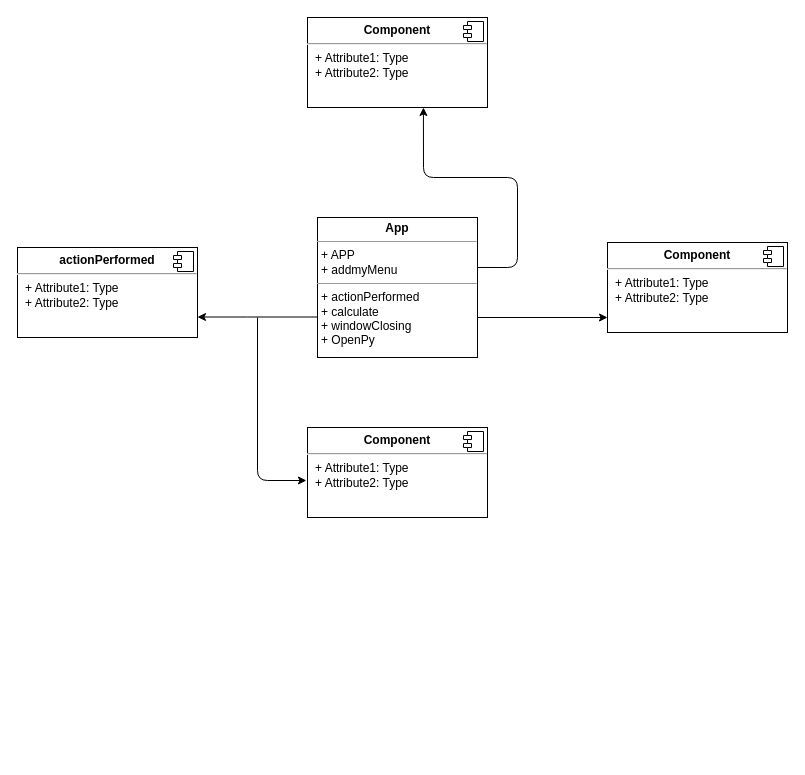
This is Untitled Diagram.drawio from douckze/tmp-drawer, a draw.io file, before an edit. Source tidied: cells renumbered, new cells numbered last; positions are measured from the earlier drawing's top-left corner, leaving out a move shared by most shapes. Both pictures are drawn from the tidied source at 100%, with x=0, y=0 at pixel (17, 17).
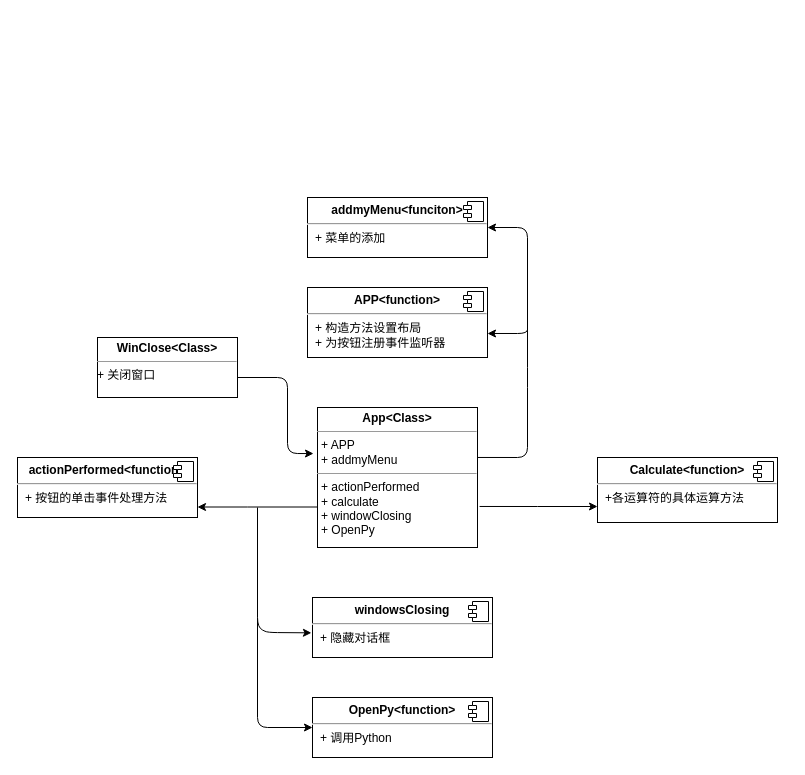
The same diagram, later.

Diff of the diagram source:
```diff
@@
-    <mxCell id="2" value="&lt;p style=&quot;margin:0px;margin-top:6px;text-align:center;&quot;&gt;&lt;b&gt;Component&lt;/b&gt;&lt;/p&gt;&lt;hr/&gt;&lt;p style=&quot;margin:0px;margin-left:8px;&quot;&gt;+ Attribute1: Type&lt;br/&gt;+ Attribute2: Type&lt;/p&gt;" style="align=left;overflow=fill;html=1;" parent="1" vertex="1">
-      <mxGeometry x="290" width="180" height="90" as="geometry" />
+    <mxCell id="2" value="&lt;p style=&quot;margin: 0px ; margin-top: 6px ; text-align: center&quot;&gt;&lt;b&gt;APP&amp;lt;function&amp;gt;&lt;/b&gt;&lt;/p&gt;&lt;hr&gt;&lt;p style=&quot;margin: 0px ; margin-left: 8px&quot;&gt;+ 构造方法设置布局&lt;br&gt;+ 为按钮注册事件监听器&lt;/p&gt;" style="align=left;overflow=fill;html=1;" parent="1" vertex="1">
+      <mxGeometry x="290" y="270" width="180" height="70" as="geometry" />
     </mxCell>
@@
     <mxCell id="4" style="edgeStyle=orthogonalEdgeStyle;rounded=0;orthogonalLoop=1;jettySize=auto;html=1;entryX=1;entryY=0.75;entryDx=0;entryDy=0;" parent="1" edge="1">
       <mxGeometry relative="1" as="geometry">
-        <mxPoint x="300" y="299.5" as="sourcePoint" />
-        <mxPoint x="180" y="299.5" as="targetPoint" />
+        <mxPoint x="300" y="489.5" as="sourcePoint" />
+        <mxPoint x="180" y="489.5" as="targetPoint" />
         <Array as="points">
-          <mxPoint x="230" y="300" />
+          <mxPoint x="230" y="490" />
         </Array>
       </mxGeometry>
     </mxCell>
-    <mxCell id="5" style="edgeStyle=orthogonalEdgeStyle;rounded=0;orthogonalLoop=1;jettySize=auto;html=1;exitX=1;exitY=0.75;exitDx=0;exitDy=0;" parent="1" edge="1">
+    <mxCell id="5" style="edgeStyle=orthogonalEdgeStyle;rounded=0;jettySize=auto;html=1;exitX=1.013;exitY=0.707;exitDx=0;exitDy=0;exitPerimeter=0;" parent="1" edge="1" source="6">
       <mxGeometry relative="1" as="geometry">
-        <mxPoint x="460" y="301" as="sourcePoint" />
-        <mxPoint x="590" y="300" as="targetPoint" />
-        <Array as="points">
-          <mxPoint x="460" y="300" />
-        </Array>
+        <mxPoint x="580" y="489" as="targetPoint" />
       </mxGeometry>
     </mxCell>
-    <mxCell id="6" value="&lt;p style=&quot;margin: 0px ; margin-top: 4px ; text-align: center&quot;&gt;&lt;b&gt;App&lt;/b&gt;&lt;/p&gt;&lt;hr size=&quot;1&quot;&gt;&lt;p style=&quot;margin: 0px ; margin-left: 4px&quot;&gt;+ APP&lt;/p&gt;&lt;p style=&quot;margin: 0px ; margin-left: 4px&quot;&gt;+ addmyMenu&lt;/p&gt;&lt;hr size=&quot;1&quot;&gt;&lt;p style=&quot;margin: 0px ; margin-left: 4px&quot;&gt;+ actionPerformed&lt;/p&gt;&lt;p style=&quot;margin: 0px ; margin-left: 4px&quot;&gt;+ calculate&lt;/p&gt;&lt;p style=&quot;margin: 0px ; margin-left: 4px&quot;&gt;+ windowClosing&lt;/p&gt;&lt;p style=&quot;margin: 0px ; margin-left: 4px&quot;&gt;+ OpenPy&lt;br&gt;&lt;/p&gt;" style="verticalAlign=top;align=left;overflow=fill;fontSize=12;fontFamily=Helvetica;html=1;" parent="1" vertex="1">
-      <mxGeometry x="300" y="200" width="160" height="140" as="geometry" />
+    <mxCell id="6" value="&lt;p style=&quot;margin: 0px ; margin-top: 4px ; text-align: center&quot;&gt;&lt;b&gt;App&amp;lt;Class&amp;gt;&lt;/b&gt;&lt;/p&gt;&lt;hr size=&quot;1&quot;&gt;&lt;p style=&quot;margin: 0px ; margin-left: 4px&quot;&gt;+ APP&lt;/p&gt;&lt;p style=&quot;margin: 0px ; margin-left: 4px&quot;&gt;+ addmyMenu&lt;/p&gt;&lt;hr size=&quot;1&quot;&gt;&lt;p style=&quot;margin: 0px ; margin-left: 4px&quot;&gt;+ actionPerformed&lt;/p&gt;&lt;p style=&quot;margin: 0px ; margin-left: 4px&quot;&gt;+ calculate&lt;/p&gt;&lt;p style=&quot;margin: 0px ; margin-left: 4px&quot;&gt;+ windowClosing&lt;/p&gt;&lt;p style=&quot;margin: 0px ; margin-left: 4px&quot;&gt;+ OpenPy&lt;br&gt;&lt;/p&gt;" style="verticalAlign=top;align=left;overflow=fill;fontSize=12;fontFamily=Helvetica;html=1;" parent="1" vertex="1">
+      <mxGeometry x="300" y="390" width="160" height="140" as="geometry" />
     </mxCell>
-    <mxCell id="7" value="&lt;p style=&quot;margin:0px;margin-top:6px;text-align:center;&quot;&gt;&lt;b&gt;Component&lt;/b&gt;&lt;/p&gt;&lt;hr/&gt;&lt;p style=&quot;margin:0px;margin-left:8px;&quot;&gt;+ Attribute1: Type&lt;br/&gt;+ Attribute2: Type&lt;/p&gt;" style="align=left;overflow=fill;html=1;" parent="1" vertex="1">
-      <mxGeometry x="590" y="225" width="180" height="90" as="geometry" />
+    <mxCell id="7" value="&lt;p style=&quot;margin: 0px ; margin-top: 6px ; text-align: center&quot;&gt;&lt;b&gt;Calculate&amp;lt;function&amp;gt;&lt;/b&gt;&lt;/p&gt;&lt;hr&gt;&lt;p style=&quot;margin: 0px ; margin-left: 8px&quot;&gt;+各运算符的具体运算方法&lt;/p&gt;" style="align=left;overflow=fill;html=1;" parent="1" vertex="1">
+      <mxGeometry x="580" y="440" width="180" height="65" as="geometry" />
     </mxCell>
@@
-    <mxCell id="9" value="&lt;p style=&quot;margin: 0px ; margin-top: 6px ; text-align: center&quot;&gt;&lt;b&gt;actionPerformed&lt;/b&gt;&lt;/p&gt;&lt;hr&gt;&lt;p style=&quot;margin: 0px ; margin-left: 8px&quot;&gt;+ Attribute1: Type&lt;br&gt;+ Attribute2: Type&lt;/p&gt;" style="align=left;overflow=fill;html=1;" parent="1" vertex="1">
-      <mxGeometry y="230" width="180" height="90" as="geometry" />
+    <mxCell id="9" value="&lt;p style=&quot;margin: 0px ; margin-top: 6px ; text-align: center&quot;&gt;&lt;b&gt;actionPerformed&amp;lt;function&amp;gt;&lt;/b&gt;&lt;/p&gt;&lt;hr&gt;&lt;p style=&quot;margin: 0px ; margin-left: 8px&quot;&gt;+ 按钮的单击事件处理方法&lt;/p&gt;" style="align=left;overflow=fill;html=1;" parent="1" vertex="1">
+      <mxGeometry y="440" width="180" height="60" as="geometry" />
     </mxCell>
@@
-    <mxCell id="11" value="&lt;p style=&quot;margin:0px;margin-top:6px;text-align:center;&quot;&gt;&lt;b&gt;Component&lt;/b&gt;&lt;/p&gt;&lt;hr/&gt;&lt;p style=&quot;margin:0px;margin-left:8px;&quot;&gt;+ Attribute1: Type&lt;br/&gt;+ Attribute2: Type&lt;/p&gt;" style="align=left;overflow=fill;html=1;" parent="1" vertex="1">
-      <mxGeometry x="290" y="410" width="180" height="90" as="geometry" />
+    <mxCell id="11" value="&lt;p style=&quot;margin: 0px ; margin-top: 6px ; text-align: center&quot;&gt;&lt;b&gt;windowsClosing&lt;/b&gt;&lt;/p&gt;&lt;hr&gt;&lt;p style=&quot;margin: 0px ; margin-left: 8px&quot;&gt;+ 隐藏对话框&lt;/p&gt;" style="align=left;overflow=fill;html=1;" parent="1" vertex="1">
+      <mxGeometry x="295" y="580" width="180" height="60" as="geometry" />
     </mxCell>
@@
     <mxCell id="13" style="endArrow=classic;html=1;entryX=-0.006;entryY=0.589;entryDx=0;entryDy=0;entryPerimeter=0;" parent="1" edge="1" target="11">
       <mxGeometry relative="1" as="geometry">
-        <mxPoint x="240" y="300" as="sourcePoint" />
+        <mxPoint x="240" y="490" as="sourcePoint" />
         <Array as="points">
-          <mxPoint x="240" y="463" />
+          <mxPoint x="240" y="610" />
+          <mxPoint x="250" y="615" />
         </Array>
       </mxGeometry>
     </mxCell>
-    <mxCell id="14" style="endArrow=classic;html=1;entryX=0.644;entryY=1;entryDx=0;entryDy=0;entryPerimeter=0;exitX=1;exitY=0.357;exitDx=0;exitDy=0;exitPerimeter=0;" parent="1" edge="1" source="6" target="2">
+    <mxCell id="14" style="endArrow=classic;html=1;exitX=1;exitY=0.357;exitDx=0;exitDy=0;exitPerimeter=0;entryX=1;entryY=0.657;entryDx=0;entryDy=0;entryPerimeter=0;" parent="1" edge="1" source="6" target="2">
       <mxGeometry relative="1" as="geometry">
         <Array as="points">
-          <mxPoint x="500" y="250" />
-          <mxPoint x="500" y="160" />
-          <mxPoint x="406" y="160" />
+          <mxPoint x="510" y="440" />
+          <mxPoint x="510" y="360" />
+          <mxPoint x="510" y="300" />
+          <mxPoint x="510" y="316" />
         </Array>
       </mxGeometry>
     </mxCell>
+    <mxCell id="15" style="endArrow=classic;html=1;entryX=0;entryY=0.5;entryDx=0;entryDy=0;" parent="1" edge="1" target="16">
+      <mxGeometry relative="1" as="geometry">
+        <mxPoint x="240" y="600" as="sourcePoint" />
+        <Array as="points">
+          <mxPoint x="240" y="710" />
+        </Array>
+      </mxGeometry>
+    </mxCell>
+    <mxCell id="16" value="&lt;p style=&quot;margin: 0px ; margin-top: 6px ; text-align: center&quot;&gt;&lt;b&gt;OpenPy&amp;lt;function&amp;gt;&lt;/b&gt;&lt;/p&gt;&lt;hr&gt;&lt;p style=&quot;margin: 0px ; margin-left: 8px&quot;&gt;+ 调用Python&lt;br&gt;&lt;/p&gt;" style="align=left;overflow=fill;html=1;" parent="1" vertex="1">
+      <mxGeometry x="295" y="680" width="180" height="60" as="geometry" />
+    </mxCell>
+    <mxCell id="17" style="shape=component;jettyWidth=8;jettyHeight=4;" parent="16" vertex="1">
+      <mxGeometry x="1" width="20" height="20" relative="1" as="geometry">
+        <mxPoint x="-24" y="4" as="offset" />
+      </mxGeometry>
+    </mxCell>
+    <mxCell id="18" style="endArrow=classic;html=1;entryX=1;entryY=0.5;entryDx=0;entryDy=0;" parent="1" edge="1" target="19">
+      <mxGeometry relative="1" as="geometry">
+        <mxPoint x="510" y="320" as="sourcePoint" />
+        <Array as="points">
+          <mxPoint x="510" y="210" />
+        </Array>
+      </mxGeometry>
+    </mxCell>
+    <mxCell id="19" value="&lt;p style=&quot;margin: 0px ; margin-top: 6px ; text-align: center&quot;&gt;&lt;b&gt;addmyMenu&amp;lt;funciton&amp;gt;&lt;/b&gt;&lt;/p&gt;&lt;hr&gt;&lt;p style=&quot;margin: 0px ; margin-left: 8px&quot;&gt;+ 菜单的添加&lt;/p&gt;" style="align=left;overflow=fill;html=1;" parent="1" vertex="1">
+      <mxGeometry x="290" y="180" width="180" height="60" as="geometry" />
+    </mxCell>
+    <mxCell id="20" style="shape=component;jettyWidth=8;jettyHeight=4;" parent="19" vertex="1">
+      <mxGeometry x="1" width="20" height="20" relative="1" as="geometry">
+        <mxPoint x="-24" y="4" as="offset" />
+      </mxGeometry>
+    </mxCell>
+    <mxCell id="21" value="&lt;p style=&quot;margin: 0px ; margin-top: 4px ; text-align: center&quot;&gt;&lt;b&gt;WinClose&amp;lt;Class&amp;gt;&lt;/b&gt;&lt;/p&gt;&lt;hr size=&quot;1&quot;&gt;&lt;div style=&quot;height: 2px&quot;&gt;+ 关闭窗口&lt;br&gt;&lt;/div&gt;" style="verticalAlign=top;align=left;overflow=fill;fontSize=12;fontFamily=Helvetica;html=1;" parent="1" vertex="1">
+      <mxGeometry x="80" y="320" width="140" height="60" as="geometry" />
+    </mxCell>
+    <mxCell id="22" style="endArrow=classic;html=1;exitX=1;exitY=0.357;exitDx=0;exitDy=0;exitPerimeter=0;entryX=-0.025;entryY=0.329;entryDx=0;entryDy=0;entryPerimeter=0;" parent="1" edge="1" target="6">
+      <mxGeometry relative="1" as="geometry">
+        <mxPoint x="220" y="360" as="sourcePoint" />
+        <Array as="points">
+          <mxPoint x="270" y="360" />
+          <mxPoint x="270" y="436" />
+        </Array>
+      </mxGeometry>
+    </mxCell>
```
